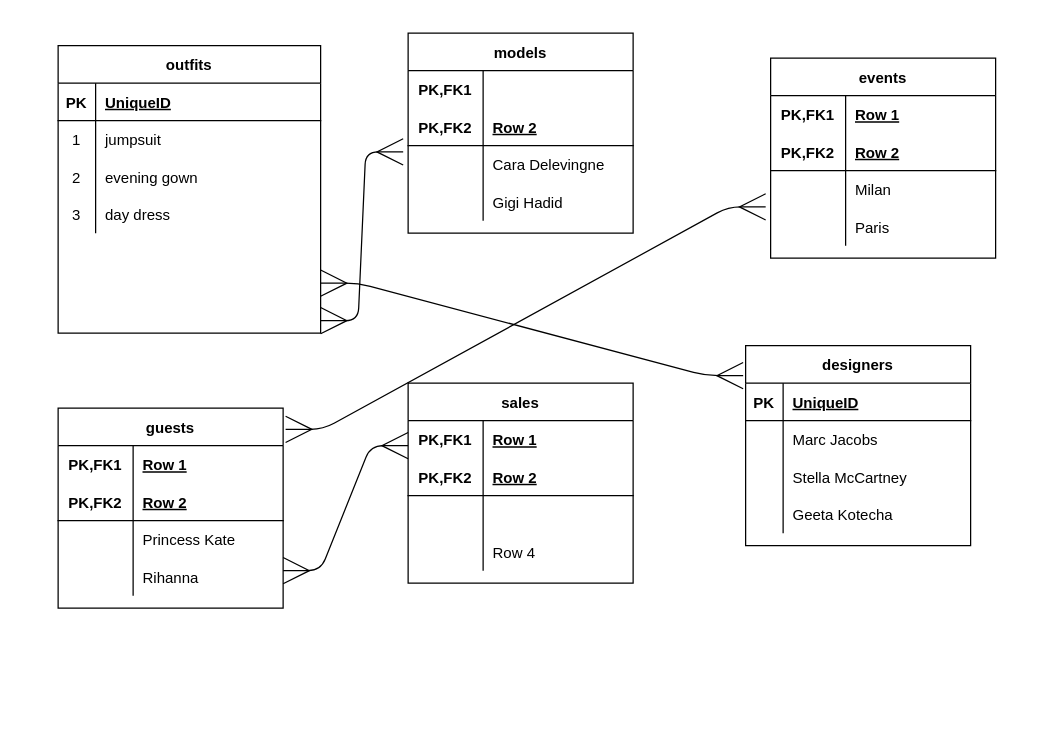
GK230/boolean-uk-api-data-models keeps this draw.io diagram as fashion.drawio. Above is the earlier version. Source tidied: cells renumbered, new cells numbered last; positions are measured from the earlier drawing's top-left corner, leaving out a move shared by most shapes. Both pictures are drawn from the tidied source at 125%, with x=0, y=0 at pixel (58, 32).
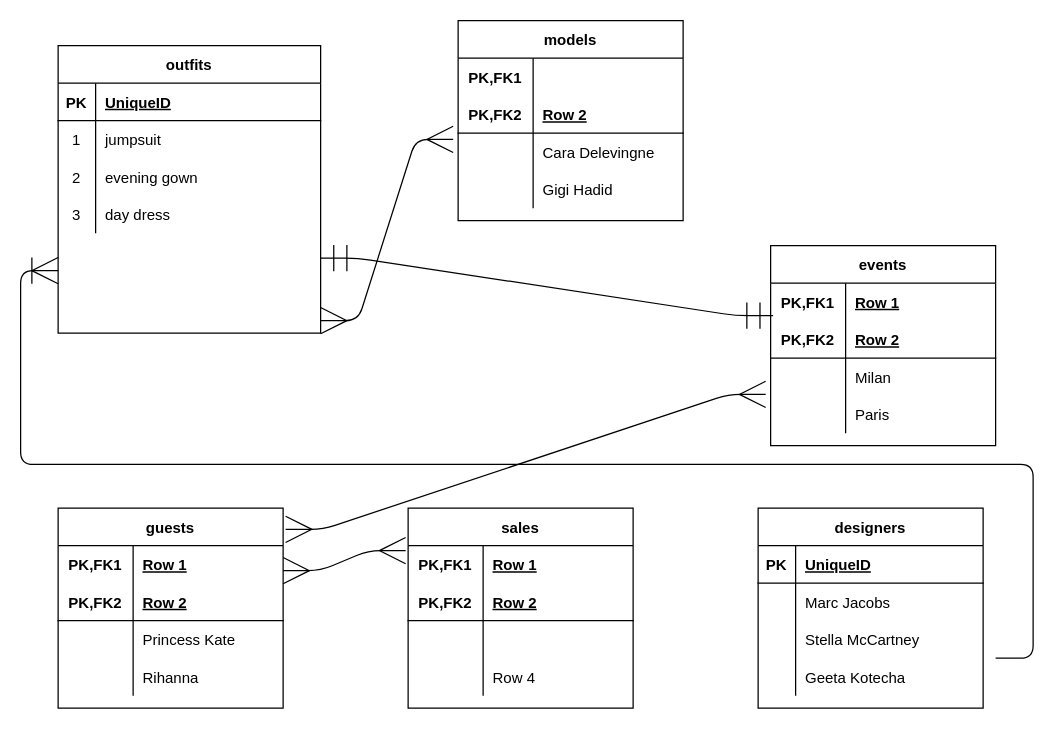
After the change.

Unchanged cells that the change refers to:
```xml
<mxCell id="32" style="shape=partialRectangle;fillColor=none;top=0;left=0;bottom=1;right=0;points=[[0,0.5],[1,0.5]];portConstraint=eastwest;" parent="28" vertex="1">
  <mxGeometry y="60" width="180" height="30" as="geometry" />
</mxCell>
<mxCell id="55" style="shape=partialRectangle;fillColor=none;top=0;left=0;bottom=0;right=0;points=[[0,0.5],[1,0.5]];portConstraint=eastwest;" parent="54" vertex="1">
  <mxGeometry y="30" width="180" height="30" as="geometry" />
</mxCell>
```

What changed in the source:
```diff
@@
     <mxCell id="15" value="models" style="shape=table;startSize=30;childLayout=tableLayout;rowLines=0;fontStyle=1;align=center;" parent="1" vertex="1">
-      <mxGeometry x="280" width="180" height="160" as="geometry" />
+      <mxGeometry x="320" y="-10" width="180" height="160" as="geometry" />
     </mxCell>
@@
     <mxCell id="28" value="events" style="shape=table;startSize=30;childLayout=tableLayout;rowLines=0;fontStyle=1;align=center;" parent="1" vertex="1">
-      <mxGeometry x="570" y="20" width="180" height="160" as="geometry" />
+      <mxGeometry x="570" y="170" width="180" height="160" as="geometry" />
     </mxCell>
@@
     <mxCell id="41" value="guests" style="shape=table;startSize=30;childLayout=tableLayout;rowLines=0;fontStyle=1;align=center;" parent="1" vertex="1">
-      <mxGeometry y="300" width="180" height="160" as="geometry" />
+      <mxGeometry y="380" width="180" height="160" as="geometry" />
     </mxCell>
@@
     <mxCell id="54" value="sales" style="shape=table;startSize=30;childLayout=tableLayout;rowLines=0;fontStyle=1;align=center;" parent="1" vertex="1">
-      <mxGeometry x="280" y="280" width="180" height="160" as="geometry" />
+      <mxGeometry x="280" y="380" width="180" height="160" as="geometry" />
     </mxCell>
@@
     <mxCell id="67" value="designers" style="shape=table;startSize=30;childLayout=tableLayout;rowLines=0;fontStyle=1;align=center;" parent="1" vertex="1">
-      <mxGeometry x="550" y="250" width="180" height="160" as="geometry" />
+      <mxGeometry x="560" y="380" width="180" height="160" as="geometry" />
     </mxCell>
@@
-    <mxCell id="80" style="edgeStyle=entityRelationEdgeStyle;fontSize=12;html=1;endArrow=ERmany;startArrow=ERmany;entryX=-0.011;entryY=0.15;entryDx=0;entryDy=0;entryPerimeter=0;endSize=19;startSize=19;" parent="1" edge="1" target="67">
-      <mxGeometry relative="1" as="geometry">
-        <mxPoint x="210" y="200" as="sourcePoint" />
-      </mxGeometry>
-    </mxCell>
@@
-    <mxCell id="83" style="edgeStyle=entityRelationEdgeStyle;fontSize=12;html=1;endArrow=ERmany;startArrow=ERmany;startSize=19;endSize=19;" parent="1" edge="1">
+    <mxCell id="83" style="edgeStyle=entityRelationEdgeStyle;fontSize=12;html=1;endArrow=ERmany;startArrow=ERmany;startSize=19;endSize=19;entryX=-0.011;entryY=0.133;entryDx=0;entryDy=0;entryPerimeter=0;" parent="1" edge="1" target="55">
       <mxGeometry relative="1" as="geometry">
         <mxPoint x="180" y="430" as="sourcePoint" />
-        <mxPoint x="280" y="330" as="targetPoint" />
       </mxGeometry>
     </mxCell>
+    <mxCell id="84" style="edgeStyle=entityRelationEdgeStyle;fontSize=12;html=1;endArrow=ERmandOne;startArrow=ERmandOne;startSize=19;endSize=19;entryX=0.011;entryY=-0.133;entryDx=0;entryDy=0;entryPerimeter=0;" parent="1" edge="1" target="32">
+      <mxGeometry relative="1" as="geometry">
+        <mxPoint x="210" y="180" as="sourcePoint" />
+      </mxGeometry>
+    </mxCell>
+    <mxCell id="85" style="edgeStyle=entityRelationEdgeStyle;fontSize=12;html=1;endArrow=ERoneToMany;startSize=19;endSize=19;" parent="1" edge="1">
+      <mxGeometry relative="1" as="geometry">
+        <mxPoint x="750" y="500" as="sourcePoint" />
+        <mxPoint y="190" as="targetPoint" />
+      </mxGeometry>
+    </mxCell>
```
